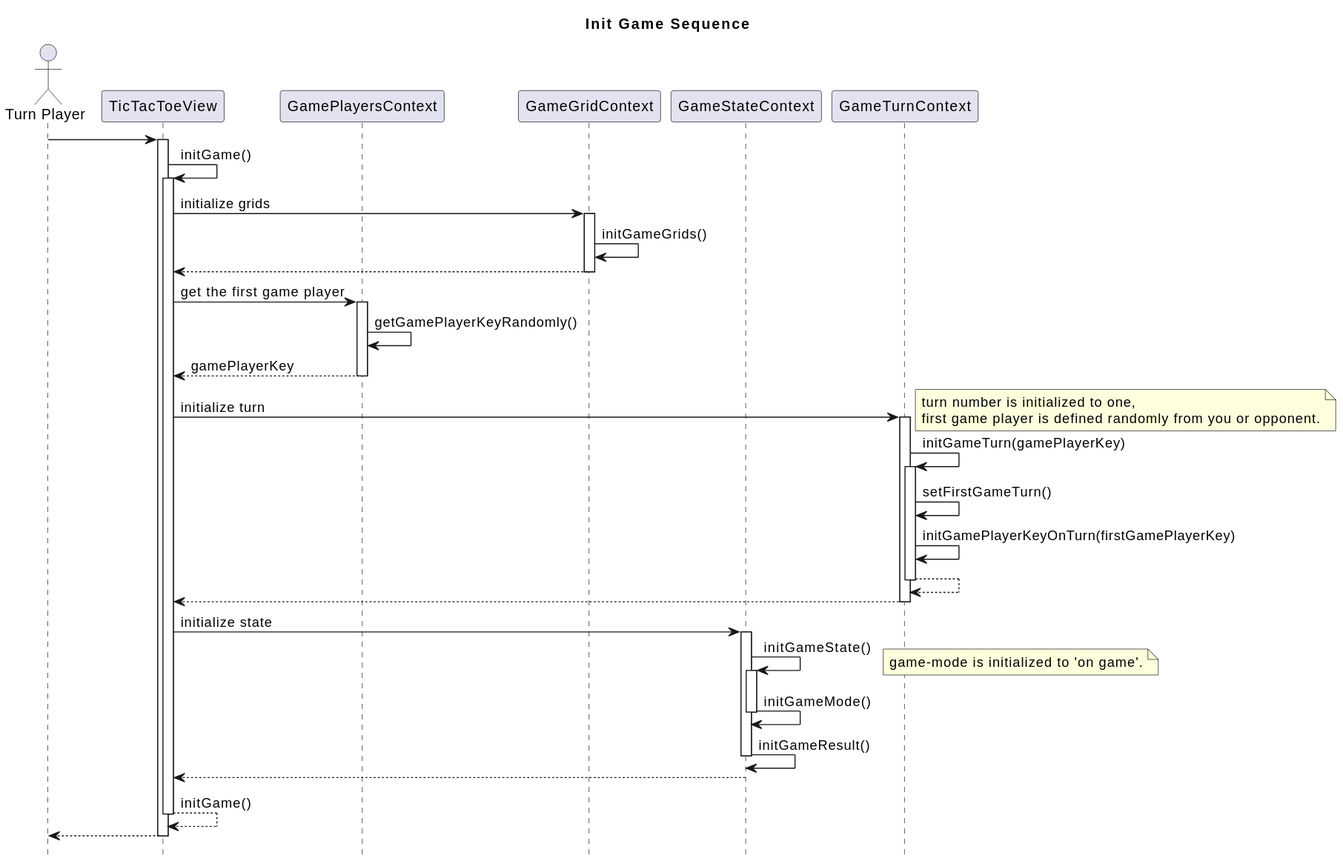
Above: tic-tac-toe/md/init-game-sequence.svg in hi2k1978/react-samples (PlantUML), before the change.
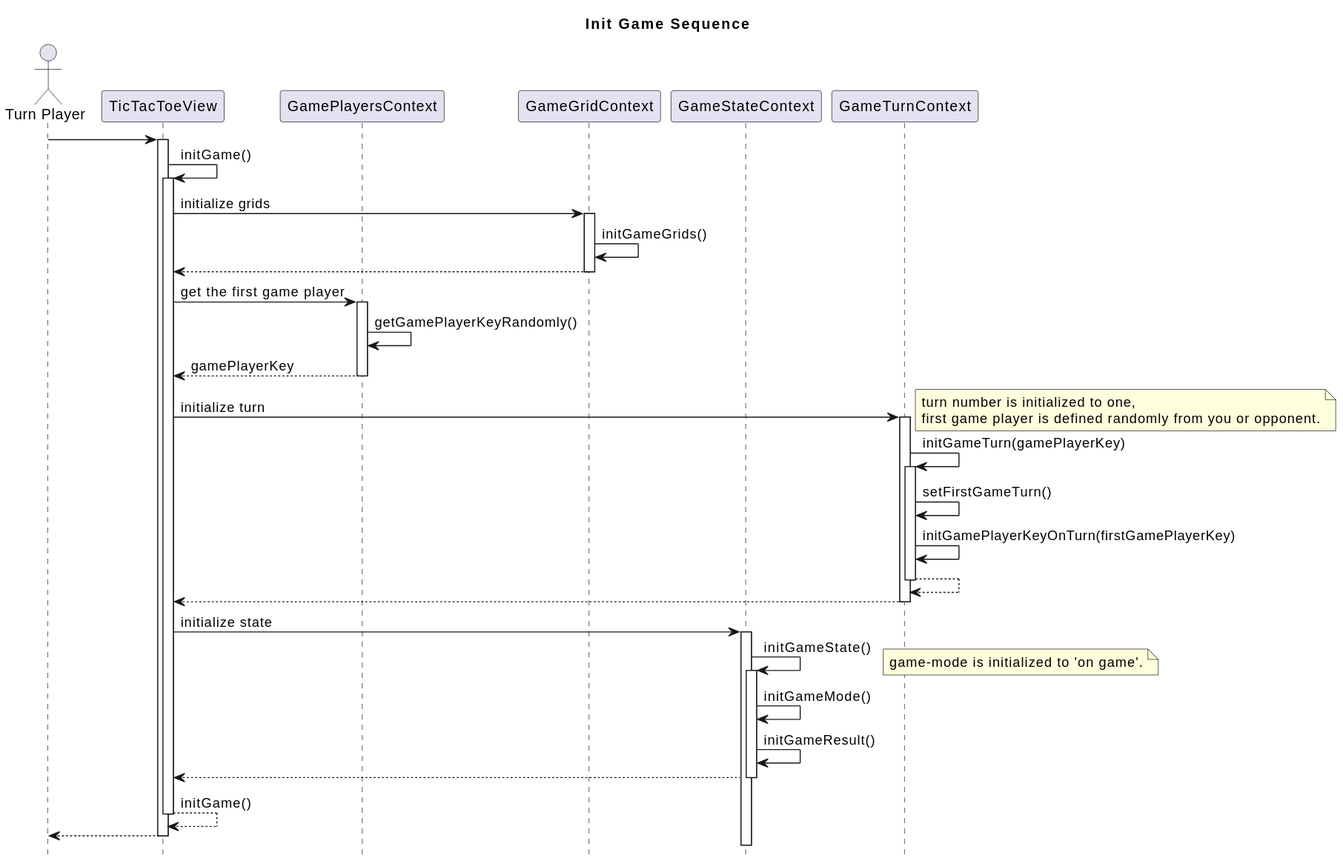
The same file after the commit.

Diff of the diagram source:
```diff
@@ -37,8 +37,8 @@
 note right
 	game-mode is initialized to 'on game'.
 end note
-GameState -> GameState -- : initGameMode()
-GameState -> GameState -- : initGameResult()
+GameState -> GameState : initGameMode()
+GameState -> GameState : initGameResult()
 GameState --> TicTacToeView -- :
 
 TicTacToeView --> TicTacToeView -- : initGame()
```
